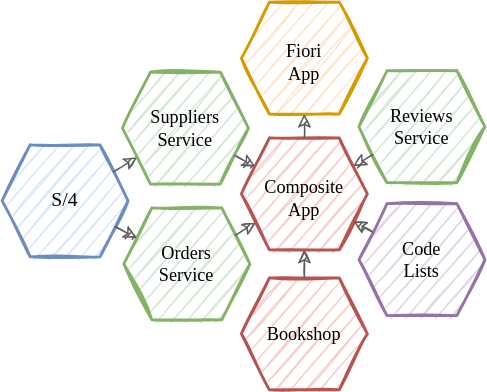
This is etc/samples.drawio.svg from SAP-samples/cloud-cap-samples, a draw.io export, as it was before one commit. Source tidied: cells renumbered, new cells last; positions are measured from the earlier drawing's top-left corner, leaving out a move shared by most shapes.
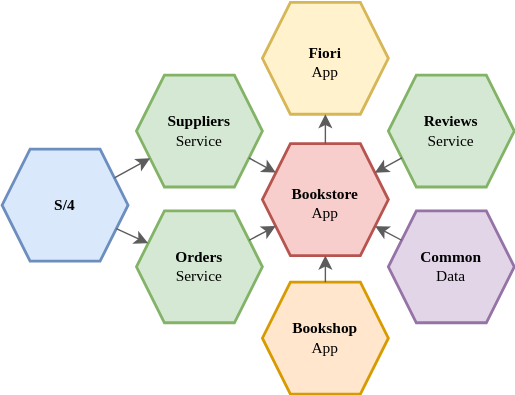
The same diagram one commit later.

What changed in the source:
```diff
@@ -2,52 +2,52 @@
   <root>
     <mxCell id="0" />
     <mxCell id="1" parent="0" />
-    <mxCell id="2" value="Bookshop" style="shape=hexagon;perimeter=hexagonPerimeter2;whiteSpace=wrap;html=1;fixedSize=1;sketch=1;fillColor=#f8cecc;strokeColor=#b85450;strokeWidth=2;fontFamily=Comic Sans MS;fontSize=13;fontStyle=0;" parent="1" vertex="1">
-      <mxGeometry x="171" y="197" width="90" height="80" as="geometry" />
+    <mxCell id="2" value="&lt;b style=&quot;font-size: 11px;&quot;&gt;Bookshop&lt;/b&gt;&lt;br style=&quot;font-size: 11px;&quot;&gt;App" style="shape=hexagon;perimeter=hexagonPerimeter2;whiteSpace=wrap;html=1;fixedSize=1;fillColor=#ffe6cc;strokeColor=#d79b00;strokeWidth=2;fontFamily=Comic Sans MS;fontSize=11;fontStyle=0;" parent="1" vertex="1">
+      <mxGeometry x="171" y="196" width="90" height="80" as="geometry" />
     </mxCell>
-    <mxCell id="3" value="&lt;span style=&quot;font-size: 13px&quot;&gt;Composite&lt;br&gt;App&lt;br&gt;&lt;/span&gt;" style="shape=hexagon;perimeter=hexagonPerimeter2;whiteSpace=wrap;html=1;fixedSize=1;sketch=1;fillColor=#f8cecc;strokeColor=#b85450;strokeWidth=2;fontFamily=Comic Sans MS;fontSize=13;fontStyle=0;spacingTop=5;" parent="1" vertex="1">
+    <mxCell id="3" value="&lt;span style=&quot;font-size: 11px;&quot;&gt;&lt;span style=&quot;font-size: 11px;&quot;&gt;&lt;b&gt;Bookstore&lt;br&gt;&lt;/b&gt;&lt;/span&gt;App&lt;br style=&quot;font-size: 11px;&quot;&gt;&lt;/span&gt;" style="shape=hexagon;perimeter=hexagonPerimeter2;whiteSpace=wrap;html=1;fixedSize=1;fillColor=#f8cecc;strokeColor=#b85450;strokeWidth=2;fontFamily=Comic Sans MS;fontSize=11;fontStyle=0;spacingTop=5;" parent="1" vertex="1">
       <mxGeometry x="171" y="97" width="90" height="80" as="geometry" />
     </mxCell>
-    <mxCell id="4" value="&lt;span style=&quot;font-size: 13px&quot;&gt;Reviews&lt;br&gt;Service&lt;br&gt;&lt;/span&gt;" style="shape=hexagon;perimeter=hexagonPerimeter2;whiteSpace=wrap;html=1;fixedSize=1;sketch=1;fillColor=#d5e8d4;strokeColor=#82b366;strokeWidth=2;fontFamily=Comic Sans MS;fontSize=13;fontStyle=0;" parent="1" vertex="1">
-      <mxGeometry x="255" y="49" width="90" height="80" as="geometry" />
+    <mxCell id="4" value="&lt;span style=&quot;font-size: 11px;&quot;&gt;&lt;b style=&quot;font-size: 11px;&quot;&gt;Reviews&lt;/b&gt;&lt;br style=&quot;font-size: 11px;&quot;&gt;Service&lt;br style=&quot;font-size: 11px;&quot;&gt;&lt;/span&gt;" style="shape=hexagon;perimeter=hexagonPerimeter2;whiteSpace=wrap;html=1;fixedSize=1;fillColor=#d5e8d4;strokeColor=#82b366;strokeWidth=2;fontFamily=Comic Sans MS;fontSize=11;fontStyle=0;" parent="1" vertex="1">
+      <mxGeometry x="261" y="48" width="90" height="80" as="geometry" />
     </mxCell>
-    <mxCell id="5" value="&lt;span style=&quot;font-size: 13px;&quot;&gt;Code&lt;br style=&quot;font-size: 13px;&quot;&gt;Lists&lt;/span&gt;" style="shape=hexagon;perimeter=hexagonPerimeter2;whiteSpace=wrap;html=1;fixedSize=1;sketch=1;fillColor=#e1d5e7;strokeColor=#9673a6;strokeWidth=2;fontFamily=Comic Sans MS;fontSize=13;fontStyle=0;" parent="1" vertex="1">
-      <mxGeometry x="255" y="144" width="90" height="80" as="geometry" />
+    <mxCell id="5" value="&lt;b&gt;Common &lt;/b&gt;&lt;br&gt;Data" style="shape=hexagon;perimeter=hexagonPerimeter2;whiteSpace=wrap;html=1;fixedSize=1;fillColor=#e1d5e7;strokeColor=#9673a6;strokeWidth=2;fontFamily=Comic Sans MS;fontSize=11;fontStyle=0;" parent="1" vertex="1">
+      <mxGeometry x="261" y="145" width="90" height="80" as="geometry" />
     </mxCell>
-    <mxCell id="6" value="&lt;span style=&quot;font-size: 13px&quot;&gt;Orders&lt;br&gt;Service&lt;br&gt;&lt;/span&gt;" style="shape=hexagon;perimeter=hexagonPerimeter2;whiteSpace=wrap;html=1;fixedSize=1;sketch=1;fillColor=#d5e8d4;strokeColor=#82b366;strokeWidth=2;fontFamily=Comic Sans MS;fontSize=13;fontStyle=0;" parent="1" vertex="1">
-      <mxGeometry x="87" y="147" width="90" height="80" as="geometry" />
+    <mxCell id="6" value="&lt;span style=&quot;font-size: 11px;&quot;&gt;&lt;b style=&quot;font-size: 11px;&quot;&gt;Orders&lt;/b&gt;&lt;br style=&quot;font-size: 11px;&quot;&gt;Service&lt;br style=&quot;font-size: 11px;&quot;&gt;&lt;/span&gt;" style="shape=hexagon;perimeter=hexagonPerimeter2;whiteSpace=wrap;html=1;fixedSize=1;fillColor=#d5e8d4;strokeColor=#82b366;strokeWidth=2;fontFamily=Comic Sans MS;fontSize=11;fontStyle=0;" parent="1" vertex="1">
+      <mxGeometry x="81" y="145" width="90" height="80" as="geometry" />
     </mxCell>
-    <mxCell id="7" style="endArrow=classic;html=1;sketch=1;strokeWidth=1;endSize=7;startSize=7;strokeColor=#5C5C5C;fontFamily=Comic Sans MS;fontSize=13;fontStyle=0;" parent="1" edge="1" source="5" target="3">
+    <mxCell id="7" style="endArrow=classic;html=1;strokeWidth=1;endSize=7;startSize=7;strokeColor=#5C5C5C;fontFamily=Comic Sans MS;fontSize=11;fontStyle=0;" parent="1" edge="1" source="5" target="3">
       <mxGeometry relative="1" as="geometry" />
     </mxCell>
-    <mxCell id="8" style="endArrow=classic;html=1;sketch=1;strokeWidth=1;endSize=7;startSize=7;strokeColor=#5C5C5C;fontFamily=Comic Sans MS;fontSize=13;fontStyle=0;" parent="1" edge="1" source="6" target="3">
+    <mxCell id="8" style="endArrow=classic;html=1;strokeWidth=1;endSize=7;startSize=7;strokeColor=#5C5C5C;fontFamily=Comic Sans MS;fontSize=11;fontStyle=0;" parent="1" edge="1" source="6" target="3">
       <mxGeometry relative="1" as="geometry" />
     </mxCell>
-    <mxCell id="9" style="endArrow=classic;html=1;sketch=1;strokeWidth=1;endSize=7;startSize=7;strokeColor=#5C5C5C;fontFamily=Comic Sans MS;fontSize=13;fontStyle=0;" parent="1" edge="1" source="2" target="3">
+    <mxCell id="9" style="endArrow=classic;html=1;strokeWidth=1;endSize=7;startSize=7;strokeColor=#5C5C5C;fontFamily=Comic Sans MS;fontSize=11;fontStyle=0;" parent="1" edge="1" source="2" target="3">
       <mxGeometry relative="1" as="geometry" />
     </mxCell>
-    <mxCell id="10" style="endArrow=classic;html=1;sketch=1;strokeWidth=1;endSize=7;startSize=7;strokeColor=#5C5C5C;fontFamily=Comic Sans MS;fontSize=13;fontStyle=0;" parent="1" edge="1" source="4" target="3">
+    <mxCell id="10" style="endArrow=classic;html=1;strokeWidth=1;endSize=7;startSize=7;strokeColor=#5C5C5C;fontFamily=Comic Sans MS;fontSize=11;fontStyle=0;" parent="1" edge="1" source="4" target="3">
       <mxGeometry relative="1" as="geometry" />
     </mxCell>
-    <mxCell id="11" value="&lt;span style=&quot;font-size: 13px&quot;&gt;Suppliers&lt;br&gt;Service&lt;br&gt;&lt;/span&gt;" style="shape=hexagon;perimeter=hexagonPerimeter2;whiteSpace=wrap;html=1;fixedSize=1;sketch=1;fillColor=#d5e8d4;strokeColor=#82b366;strokeWidth=2;fontFamily=Comic Sans MS;fontSize=13;fontStyle=0;" parent="1" vertex="1">
-      <mxGeometry x="86" y="50" width="90" height="80" as="geometry" />
+    <mxCell id="11" value="&lt;span style=&quot;font-size: 11px;&quot;&gt;&lt;b style=&quot;font-size: 11px;&quot;&gt;Suppliers&lt;/b&gt;&lt;br style=&quot;font-size: 11px;&quot;&gt;Service&lt;br style=&quot;font-size: 11px;&quot;&gt;&lt;/span&gt;" style="shape=hexagon;perimeter=hexagonPerimeter2;whiteSpace=wrap;html=1;fixedSize=1;fillColor=#d5e8d4;strokeColor=#82b366;strokeWidth=2;fontFamily=Comic Sans MS;fontSize=11;fontStyle=0;" parent="1" vertex="1">
+      <mxGeometry x="81" y="48" width="90" height="80" as="geometry" />
     </mxCell>
-    <mxCell id="12" value="&lt;span style=&quot;font-size: 14px;&quot;&gt;S/4&lt;/span&gt;" style="shape=hexagon;perimeter=hexagonPerimeter2;whiteSpace=wrap;html=1;fixedSize=1;sketch=1;fillColor=#dae8fc;strokeColor=#6c8ebf;strokeWidth=2;fontSize=14;fontFamily=Comic Sans MS;fontStyle=0;" parent="1" vertex="1">
-      <mxGeometry y="102" width="90" height="80" as="geometry" />
+    <mxCell id="12" value="&lt;span style=&quot;font-size: 11px;&quot;&gt;S/4&lt;/span&gt;" style="shape=hexagon;perimeter=hexagonPerimeter2;whiteSpace=wrap;html=1;fixedSize=1;fillColor=#dae8fc;strokeColor=#6c8ebf;strokeWidth=2;fontSize=11;fontFamily=Comic Sans MS;fontStyle=1;" parent="1" vertex="1">
+      <mxGeometry x="-15" y="101" width="90" height="80" as="geometry" />
     </mxCell>
-    <mxCell id="13" style="endArrow=classic;html=1;sketch=1;strokeWidth=1;endSize=7;startSize=7;strokeColor=#5C5C5C;fontFamily=Comic Sans MS;fontSize=13;fontStyle=0;" parent="1" edge="1" source="12" target="11">
+    <mxCell id="13" style="endArrow=classic;html=1;strokeWidth=1;endSize=7;startSize=7;strokeColor=#5C5C5C;fontFamily=Comic Sans MS;fontSize=11;fontStyle=0;" parent="1" edge="1" source="12" target="11">
       <mxGeometry relative="1" as="geometry" />
     </mxCell>
-    <mxCell id="14" style="endArrow=classic;html=1;sketch=1;strokeWidth=1;endSize=7;startSize=7;strokeColor=#5C5C5C;fontFamily=Comic Sans MS;fontSize=13;fontStyle=0;" parent="1" edge="1" source="12" target="6">
+    <mxCell id="14" style="endArrow=classic;html=1;strokeWidth=1;endSize=7;startSize=7;strokeColor=#5C5C5C;fontFamily=Comic Sans MS;fontSize=11;fontStyle=0;" parent="1" edge="1" source="12" target="6">
       <mxGeometry relative="1" as="geometry" />
     </mxCell>
-    <mxCell id="15" style="endArrow=classic;html=1;sketch=1;strokeWidth=1;endSize=7;startSize=7;strokeColor=#5C5C5C;fontFamily=Comic Sans MS;fontSize=13;fontStyle=0;" parent="1" edge="1" source="11" target="3">
+    <mxCell id="15" style="endArrow=classic;html=1;strokeWidth=1;endSize=7;startSize=7;strokeColor=#5C5C5C;fontFamily=Comic Sans MS;fontSize=11;fontStyle=0;" parent="1" edge="1" source="11" target="3">
       <mxGeometry relative="1" as="geometry" />
     </mxCell>
-    <mxCell id="16" value="&lt;span style=&quot;font-size: 13px&quot;&gt;Fiori&lt;br&gt;App&lt;br&gt;&lt;/span&gt;" style="shape=hexagon;perimeter=hexagonPerimeter2;whiteSpace=wrap;html=1;fixedSize=1;sketch=1;fillColor=#ffe6cc;strokeColor=#d79b00;strokeWidth=2;fontFamily=Comic Sans MS;fontSize=13;fontStyle=0;spacingTop=5;" parent="1" vertex="1">
-      <mxGeometry x="171" width="90" height="80" as="geometry" />
+    <mxCell id="16" value="&lt;span style=&quot;font-size: 11px;&quot;&gt;&lt;b style=&quot;font-size: 11px;&quot;&gt;Fiori&lt;/b&gt;&lt;br style=&quot;font-size: 11px;&quot;&gt;App&lt;br style=&quot;font-size: 11px;&quot;&gt;&lt;/span&gt;" style="shape=hexagon;perimeter=hexagonPerimeter2;whiteSpace=wrap;html=1;fixedSize=1;fillColor=#fff2cc;strokeColor=#d6b656;strokeWidth=2;fontFamily=Comic Sans MS;fontSize=11;fontStyle=0;spacingTop=5;" parent="1" vertex="1">
+      <mxGeometry x="171" y="-4" width="90" height="80" as="geometry" />
     </mxCell>
-    <mxCell id="17" style="endArrow=classic;html=1;sketch=1;strokeWidth=1;endSize=7;startSize=7;strokeColor=#5C5C5C;fontFamily=Comic Sans MS;fontSize=13;fontStyle=0;" parent="1" edge="1" source="3" target="16">
+    <mxCell id="17" style="endArrow=classic;html=1;strokeWidth=1;endSize=7;startSize=7;strokeColor=#5C5C5C;fontFamily=Comic Sans MS;fontSize=11;fontStyle=0;" parent="1" edge="1" source="3" target="16">
       <mxGeometry relative="1" as="geometry" />
     </mxCell>
   </root>
```
